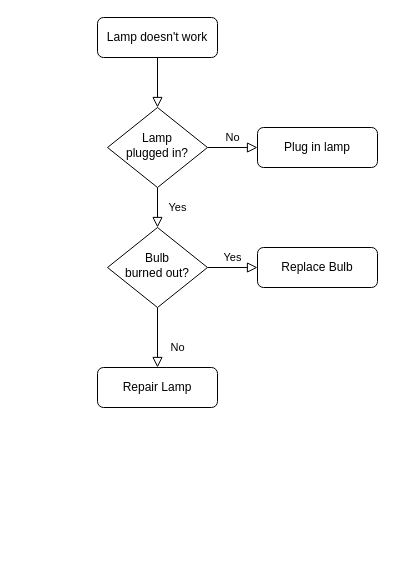
This is 研发流程.drawio from Sunny-Smile26/Drawings, a draw.io file, before an edit. Source tidied: cells renumbered, new cells numbered last; positions are measured from the earlier drawing's top-left corner, leaving out a move shared by most shapes. Both pictures are drawn from the tidied source at 100%, with x=0, y=0 at pixel (97, 17).
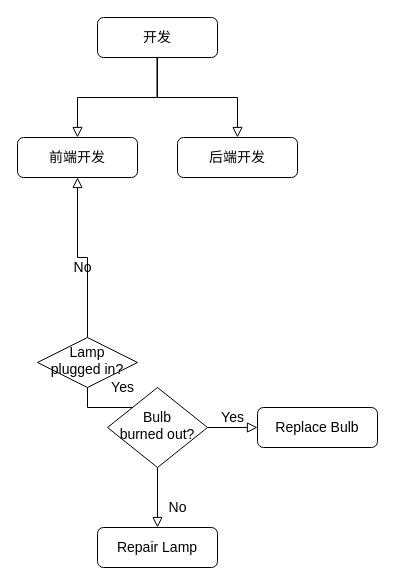
Above is the later version.

Change to the diagram source:
```diff
@@
 <mxGraphModel>
   <root>
     <mxCell id="0" />
     <mxCell id="1" parent="0" />
-    <mxCell id="2" style="rounded=0;html=1;jettySize=auto;fontSize=11;endArrow=block;endFill=0;endSize=8;strokeWidth=1;shadow=0;labelBackgroundColor=none;edgeStyle=orthogonalEdgeStyle;" parent="1" edge="1" source="3" target="6">
-      <mxGeometry relative="1" as="geometry" />
+    <mxCell id="2" style="rounded=0;html=1;jettySize=auto;fontSize=14;endArrow=block;endFill=0;endSize=8;strokeWidth=1;shadow=0;labelBackgroundColor=none;edgeStyle=orthogonalEdgeStyle;entryX=0.5;entryY=0;entryDx=0;entryDy=0;" parent="1" edge="1" target="7">
+      <mxGeometry relative="1" as="geometry">
+        <mxPoint x="59.5" y="40" as="sourcePoint" />
+        <Array as="points">
+          <mxPoint x="60" y="80" />
+          <mxPoint x="-20" y="80" />
+        </Array>
+      </mxGeometry>
     </mxCell>
-    <mxCell id="3" value="Lamp doesn't work" style="rounded=1;whiteSpace=wrap;html=1;fontSize=12;glass=0;strokeWidth=1;shadow=0;" parent="1" vertex="1">
+    <mxCell id="3" value="开发" style="rounded=1;whiteSpace=wrap;html=1;fontSize=14;glass=0;strokeWidth=1;shadow=0;" parent="1" vertex="1">
       <mxGeometry width="120" height="40" as="geometry" />
     </mxCell>
-    <mxCell id="4" value="Yes" style="rounded=0;html=1;jettySize=auto;fontSize=11;endArrow=block;endFill=0;endSize=8;strokeWidth=1;shadow=0;labelBackgroundColor=none;edgeStyle=orthogonalEdgeStyle;" parent="1" edge="1" source="6" target="10">
+    <mxCell id="4" value="Yes" style="rounded=0;html=1;jettySize=auto;fontSize=14;endArrow=block;endFill=0;endSize=8;strokeWidth=1;shadow=0;labelBackgroundColor=none;edgeStyle=orthogonalEdgeStyle;" parent="1" edge="1" source="6" target="10">
       <mxGeometry y="20" relative="1" as="geometry" />
     </mxCell>
-    <mxCell id="5" value="No" style="edgeStyle=orthogonalEdgeStyle;rounded=0;html=1;jettySize=auto;fontSize=11;endArrow=block;endFill=0;endSize=8;strokeWidth=1;shadow=0;labelBackgroundColor=none;" parent="1" edge="1" source="6" target="7">
+    <mxCell id="5" value="No" style="edgeStyle=orthogonalEdgeStyle;rounded=0;html=1;jettySize=auto;fontSize=14;endArrow=block;endFill=0;endSize=8;strokeWidth=1;shadow=0;labelBackgroundColor=none;" parent="1" edge="1" source="6" target="7">
       <mxGeometry y="10" relative="1" as="geometry" />
     </mxCell>
-    <mxCell id="6" value="Lamp&lt;br&gt;plugged in?" style="rhombus;whiteSpace=wrap;html=1;shadow=0;fontFamily=Helvetica;fontSize=12;align=center;strokeWidth=1;spacing=6;spacingTop=-4;" parent="1" vertex="1">
-      <mxGeometry x="10" y="90" width="100" height="80" as="geometry" />
+    <mxCell id="6" value="Lamp&lt;br style=&quot;font-size: 14px;&quot;&gt;plugged in?" style="rhombus;whiteSpace=wrap;html=1;shadow=0;fontFamily=Helvetica;fontSize=14;align=center;strokeWidth=1;spacing=6;spacingTop=-4;" parent="1" vertex="1">
+      <mxGeometry x="-60" y="320" width="100" height="50" as="geometry" />
     </mxCell>
-    <mxCell id="7" value="Plug in lamp" style="rounded=1;whiteSpace=wrap;html=1;fontSize=12;glass=0;strokeWidth=1;shadow=0;" parent="1" vertex="1">
-      <mxGeometry x="160" y="110" width="120" height="40" as="geometry" />
+    <mxCell id="7" value="前端开发" style="rounded=1;whiteSpace=wrap;html=1;fontSize=14;glass=0;strokeWidth=1;shadow=0;" parent="1" vertex="1">
+      <mxGeometry x="-80" y="120" width="120" height="40" as="geometry" />
     </mxCell>
-    <mxCell id="8" value="No" style="rounded=0;html=1;jettySize=auto;fontSize=11;endArrow=block;endFill=0;endSize=8;strokeWidth=1;shadow=0;labelBackgroundColor=none;edgeStyle=orthogonalEdgeStyle;" parent="1" edge="1" source="10" target="11">
+    <mxCell id="8" value="No" style="rounded=0;html=1;jettySize=auto;fontSize=14;endArrow=block;endFill=0;endSize=8;strokeWidth=1;shadow=0;labelBackgroundColor=none;edgeStyle=orthogonalEdgeStyle;" parent="1" edge="1" source="10" target="11">
       <mxGeometry x="0.33" y="20" relative="1" as="geometry" />
     </mxCell>
-    <mxCell id="9" value="Yes" style="edgeStyle=orthogonalEdgeStyle;rounded=0;html=1;jettySize=auto;fontSize=11;endArrow=block;endFill=0;endSize=8;strokeWidth=1;shadow=0;labelBackgroundColor=none;" parent="1" edge="1" source="10" target="12">
+    <mxCell id="9" value="Yes" style="edgeStyle=orthogonalEdgeStyle;rounded=0;html=1;jettySize=auto;fontSize=14;endArrow=block;endFill=0;endSize=8;strokeWidth=1;shadow=0;labelBackgroundColor=none;" parent="1" edge="1" source="10" target="12">
       <mxGeometry y="10" relative="1" as="geometry" />
     </mxCell>
-    <mxCell id="10" value="Bulb&lt;br&gt;burned out?" style="rhombus;whiteSpace=wrap;html=1;shadow=0;fontFamily=Helvetica;fontSize=12;align=center;strokeWidth=1;spacing=6;spacingTop=-4;" parent="1" vertex="1">
-      <mxGeometry x="10" y="210" width="100" height="80" as="geometry" />
+    <mxCell id="10" value="Bulb&lt;br style=&quot;font-size: 14px;&quot;&gt;burned out?" style="rhombus;whiteSpace=wrap;html=1;shadow=0;fontFamily=Helvetica;fontSize=14;align=center;strokeWidth=1;spacing=6;spacingTop=-4;" parent="1" vertex="1">
+      <mxGeometry x="10" y="370" width="100" height="80" as="geometry" />
     </mxCell>
-    <mxCell id="11" value="Repair Lamp" style="rounded=1;whiteSpace=wrap;html=1;fontSize=12;glass=0;strokeWidth=1;shadow=0;" parent="1" vertex="1">
-      <mxGeometry y="350" width="120" height="40" as="geometry" />
+    <mxCell id="11" value="Repair Lamp" style="rounded=1;whiteSpace=wrap;html=1;fontSize=14;glass=0;strokeWidth=1;shadow=0;" parent="1" vertex="1">
+      <mxGeometry y="510" width="120" height="40" as="geometry" />
     </mxCell>
-    <mxCell id="12" value="Replace Bulb" style="rounded=1;whiteSpace=wrap;html=1;fontSize=12;glass=0;strokeWidth=1;shadow=0;" parent="1" vertex="1">
-      <mxGeometry x="160" y="230" width="120" height="40" as="geometry" />
+    <mxCell id="12" value="Replace Bulb" style="rounded=1;whiteSpace=wrap;html=1;fontSize=14;glass=0;strokeWidth=1;shadow=0;" parent="1" vertex="1">
+      <mxGeometry x="160" y="390" width="120" height="40" as="geometry" />
     </mxCell>
+    <mxCell id="13" value="后端开发" style="rounded=1;whiteSpace=wrap;html=1;fontSize=14;glass=0;strokeWidth=1;shadow=0;" parent="1" vertex="1">
+      <mxGeometry x="80" y="120" width="120" height="40" as="geometry" />
+    </mxCell>
+    <mxCell id="14" style="rounded=0;html=1;jettySize=auto;fontSize=14;endArrow=block;endFill=0;endSize=8;strokeWidth=1;shadow=0;labelBackgroundColor=none;edgeStyle=orthogonalEdgeStyle;entryX=0.5;entryY=0;entryDx=0;entryDy=0;exitX=0.5;exitY=1;exitDx=0;exitDy=0;" parent="1" edge="1" source="3">
+      <mxGeometry relative="1" as="geometry">
+        <mxPoint x="140" y="120" as="targetPoint" />
+        <Array as="points">
+          <mxPoint x="60" y="80" />
+          <mxPoint x="140" y="80" />
+        </Array>
+      </mxGeometry>
+    </mxCell>
   </root>
 </mxGraphModel>
```
